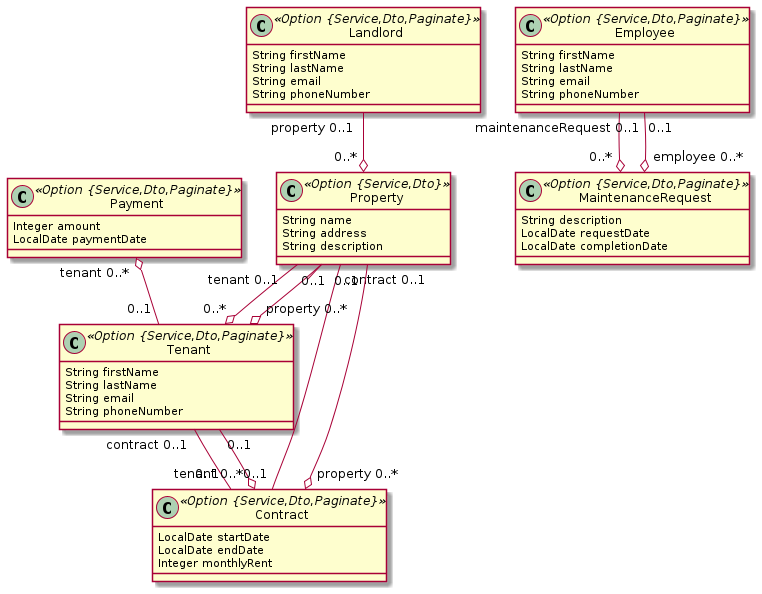
Above: property-management.png in kevintanhongann/jhipster-jdl-collection (PlantUML), before the change.
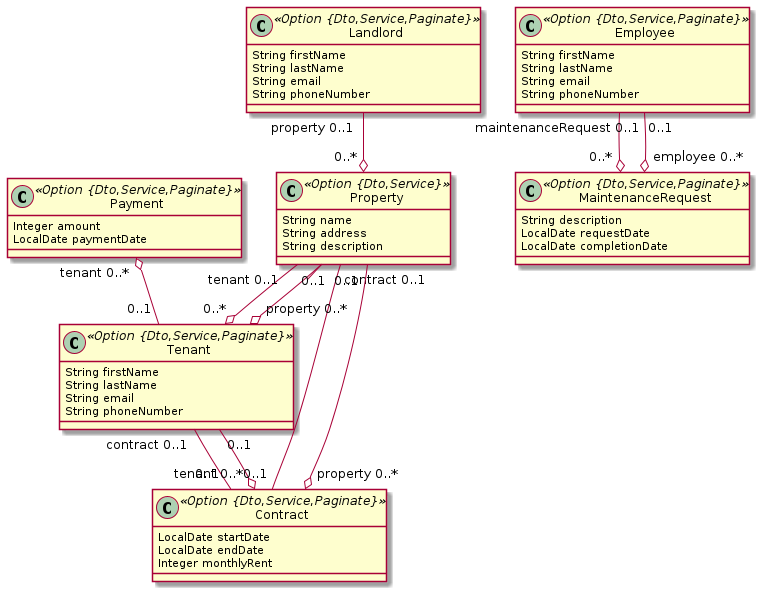
The same file after the commit.

What changed in the source:
```diff
@@ -1,38 +1,38 @@
 @startuml
 	!pragma syntax class
-	class Property <<Option {Service,Dto}>> {
+	class Property <<Option {Dto,Service}>> {
 		String name
 		String address
 		String description
 	}
-	class Tenant <<Option {Service,Dto,Paginate}>> {
+	class Tenant <<Option {Dto,Service,Paginate}>> {
 		String firstName
 		String lastName
 		String email
 		String phoneNumber
 	}
-	class Landlord <<Option {Service,Dto,Paginate}>> {
+	class Landlord <<Option {Dto,Service,Paginate}>> {
 		String firstName
 		String lastName
 		String email
 		String phoneNumber
 	}
-	class Employee <<Option {Service,Dto,Paginate}>> {
+	class Employee <<Option {Dto,Service,Paginate}>> {
 		String firstName
 		String lastName
 		String email
 		String phoneNumber
 	}
-	class Contract <<Option {Service,Dto,Paginate}>> {
+	class Contract <<Option {Dto,Service,Paginate}>> {
 		LocalDate startDate
 		LocalDate endDate
 		Integer monthlyRent
 	}
-	class Payment <<Option {Service,Dto,Paginate}>> {
+	class Payment <<Option {Dto,Service,Paginate}>> {
 		Integer amount
 		LocalDate paymentDate
 	}
-	class MaintenanceRequest <<Option {Service,Dto,Paginate}>> {
+	class MaintenanceRequest <<Option {Dto,Service,Paginate}>> {
 		String description
 		LocalDate requestDate
 		LocalDate completionDate
```
